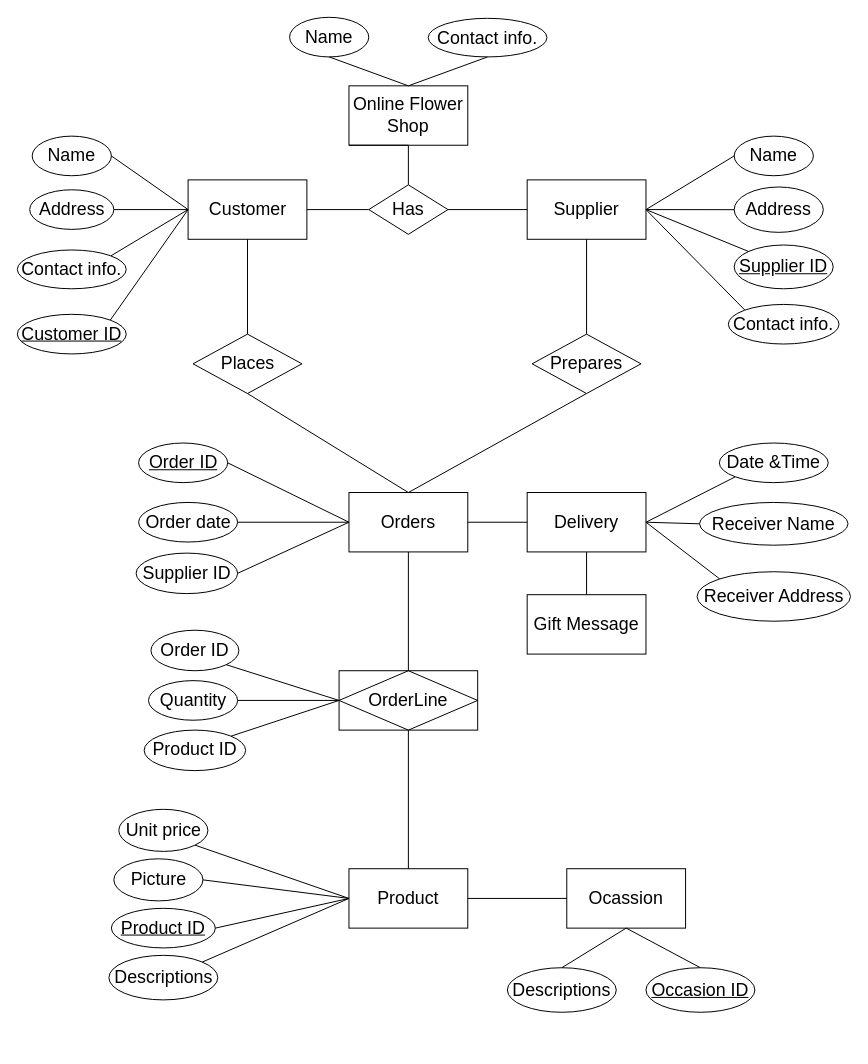
This is Untitled Diagram.drawio from PeiJunHuang1/Practice, a draw.io file, before an edit. Source tidied: cells renumbered, new cells numbered last; positions are measured from the earlier drawing's top-left corner, leaving out a move shared by most shapes. Both pictures are drawn from the tidied source at 99%, with x=0, y=0 at pixel (17, 17).
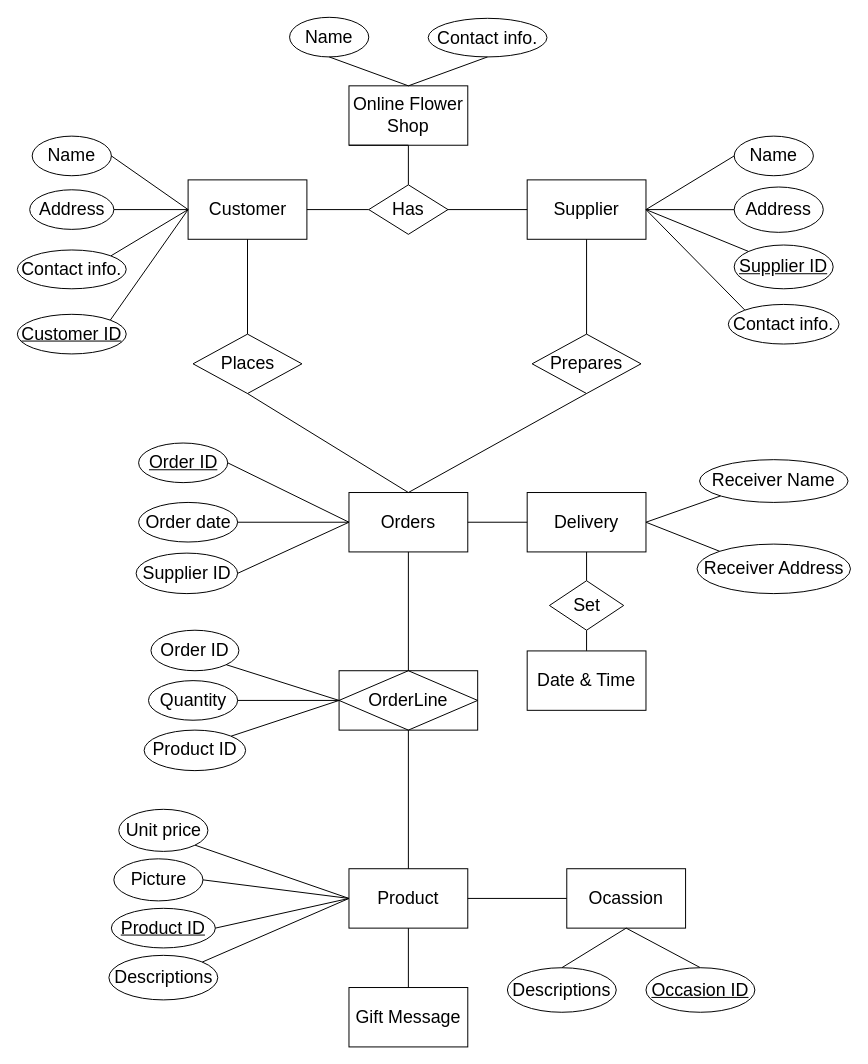
After the change.

Unchanged cells that the change refers to:
```xml
<mxCell id="40" value="&lt;span style=&quot;font-size: 18px&quot;&gt;Product&lt;br&gt;&lt;/span&gt;" style="rounded=0;whiteSpace=wrap;html=1;" parent="1" vertex="1">
  <mxGeometry x="335" y="860" width="120" height="60" as="geometry" />
</mxCell>
<mxCell id="60" value="&lt;span style=&quot;font-size: 18px&quot;&gt;Delivery&lt;br&gt;&lt;/span&gt;" style="rounded=0;whiteSpace=wrap;html=1;" parent="1" vertex="1">
  <mxGeometry x="515" y="480" width="120" height="60" as="geometry" />
</mxCell>
```

The edit, as a diff of the source:
```diff
@@
     <mxCell id="4" value="&lt;span style=&quot;font-size: 18px&quot;&gt;Receiver Address&lt;/span&gt;" style="ellipse;whiteSpace=wrap;html=1;" parent="1" vertex="1">
-      <mxGeometry x="686.6" y="560" width="155" height="50" as="geometry" />
+      <mxGeometry x="686.6" y="532.1" width="155" height="50" as="geometry" />
     </mxCell>
-    <mxCell id="5" value="&lt;font style=&quot;font-size: 18px&quot;&gt;Date &amp;amp;Time&lt;br&gt;&lt;/font&gt;" style="ellipse;whiteSpace=wrap;html=1;" parent="1" vertex="1">
-      <mxGeometry x="709.1" y="430" width="110" height="40" as="geometry" />
-    </mxCell>
     <mxCell id="6" value="&lt;font style=&quot;font-size: 18px&quot;&gt;Receiver Name&lt;/font&gt;" style="ellipse;whiteSpace=wrap;html=1;" parent="1" vertex="1">
-      <mxGeometry x="689.1" y="490" width="150" height="43.2" as="geometry" />
+      <mxGeometry x="689.1" y="446.8" width="150" height="43.2" as="geometry" />
     </mxCell>
@@
     <mxCell id="55" value="&lt;span style=&quot;font-size: 18px&quot;&gt;Gift Message&lt;br&gt;&lt;/span&gt;" style="rounded=0;whiteSpace=wrap;html=1;" parent="1" vertex="1">
-      <mxGeometry x="515" y="583.2" width="120" height="60" as="geometry" />
+      <mxGeometry x="335" y="980" width="120" height="60" as="geometry" />
     </mxCell>
-    <mxCell id="56" style="endArrow=none;html=1;entryX=0.5;entryY=0;entryDx=0;entryDy=0;exitX=0.5;exitY=1;exitDx=0;exitDy=0;" parent="1" edge="1" source="60" target="55">
+    <mxCell id="56" style="endArrow=none;html=1;entryX=0.5;entryY=0;entryDx=0;entryDy=0;exitX=0.5;exitY=1;exitDx=0;exitDy=0;" parent="1" edge="1" source="40" target="55">
       <mxGeometry relative="1" as="geometry" />
     </mxCell>
@@
-    <mxCell id="63" style="endArrow=none;html=1;exitX=0;exitY=0.5;exitDx=0;exitDy=0;entryX=1;entryY=0.5;entryDx=0;entryDy=0;" parent="1" edge="1" source="6" target="60">
+    <mxCell id="63" style="endArrow=none;html=1;exitX=0;exitY=1;exitDx=0;exitDy=0;entryX=1;entryY=0.5;entryDx=0;entryDy=0;" parent="1" edge="1" source="6" target="60">
       <mxGeometry relative="1" as="geometry" />
     </mxCell>
@@
-    <mxCell id="70" style="endArrow=none;html=1;exitX=0;exitY=1;exitDx=0;exitDy=0;entryX=1;entryY=0.5;entryDx=0;entryDy=0;" parent="1" edge="1" source="5" target="60">
+    <mxCell id="70" style="endArrow=none;html=1;exitX=0.5;exitY=0;exitDx=0;exitDy=0;entryX=0.5;entryY=1;entryDx=0;entryDy=0;" parent="1" edge="1" source="77" target="78">
       <mxGeometry relative="1" as="geometry" />
     </mxCell>
@@
+    <mxCell id="77" value="&lt;span style=&quot;font-size: 18px&quot;&gt;Date &amp;amp; Time&lt;br&gt;&lt;/span&gt;" style="rounded=0;whiteSpace=wrap;html=1;" parent="1" vertex="1">
+      <mxGeometry x="515" y="640" width="120" height="60" as="geometry" />
+    </mxCell>
+    <mxCell id="78" value="&lt;font style=&quot;font-size: 18px&quot;&gt;Set&lt;br&gt;&lt;/font&gt;" style="rhombus;whiteSpace=wrap;html=1;" parent="1" vertex="1">
+      <mxGeometry x="537.5" y="569.1" width="75" height="50" as="geometry" />
+    </mxCell>
+    <mxCell id="79" style="endArrow=none;html=1;exitX=0.5;exitY=1;exitDx=0;exitDy=0;entryX=0.5;entryY=0;entryDx=0;entryDy=0;" parent="1" edge="1" source="60" target="78">
+      <mxGeometry relative="1" as="geometry" />
+    </mxCell>
```
